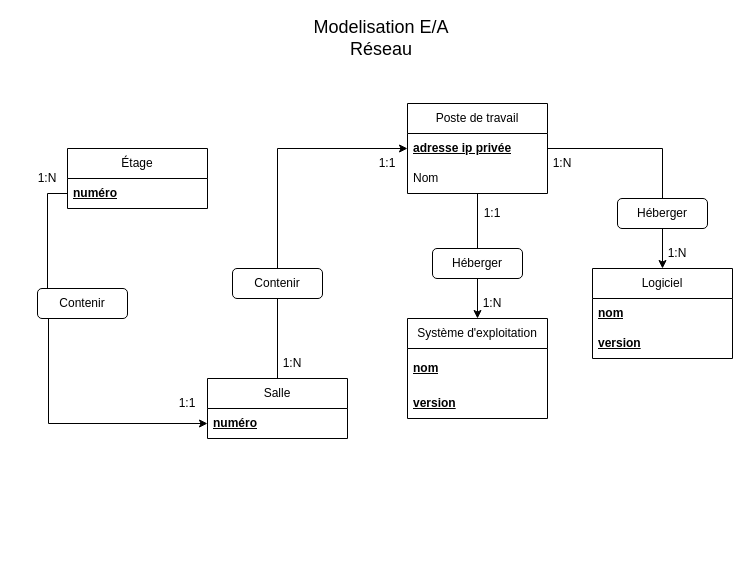
Before: TP-2-Modélisation et manipulation des données sous MySQL/Diagramme sans nom.drawio in florian-alb/administration-bdd-2025, a draw.io diagram. Source tidied: cells renumbered, new cells numbered last; positions are measured from the earlier drawing's top-left corner, leaving out a move shared by most shapes. Both pictures are drawn from the tidied source at 100%, with x=0, y=0 at pixel (17, 23).
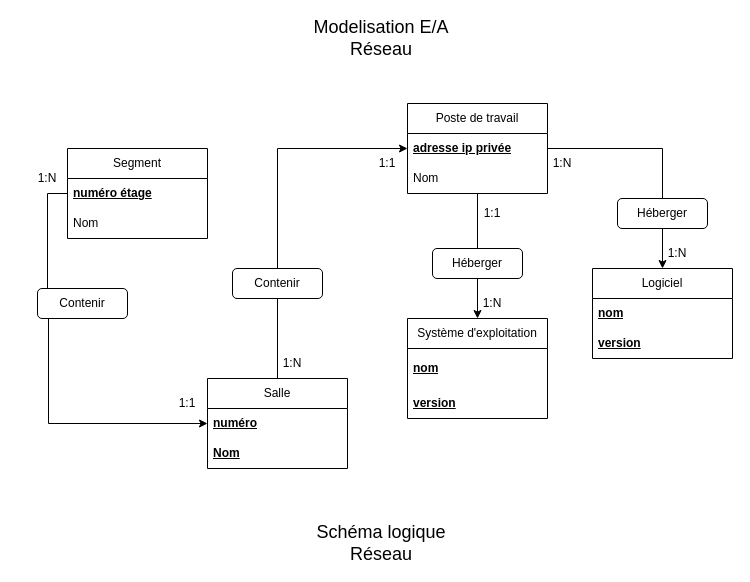
Above is the later version.

Commit message (it also covers changes not shown here):
Mettre à jour Diagramme sans nom.drawio

Diff of the diagram source:
```diff
@@
-    <mxCell id="2" value="Étage" style="swimlane;fontStyle=0;horizontal=1;startSize=30;whiteSpace=wrap;html=1;" parent="1" vertex="1">
-      <mxGeometry x="50" y="125" width="140" height="60" as="geometry" />
+    <mxCell id="2" value="Segment" style="swimlane;fontStyle=0;horizontal=1;startSize=30;whiteSpace=wrap;html=1;" parent="1" vertex="1">
+      <mxGeometry x="50" y="125" width="140" height="90" as="geometry" />
     </mxCell>
-    <mxCell id="3" value="&lt;b&gt;&lt;u&gt;numéro&lt;/u&gt;&lt;/b&gt;" style="text;strokeColor=none;fillColor=none;align=left;verticalAlign=middle;spacingLeft=4;spacingRight=4;overflow=hidden;points=[[0,0.5],[1,0.5]];portConstraint=eastwest;whiteSpace=wrap;html=1;" parent="2" vertex="1">
+    <mxCell id="3" value="&lt;b&gt;&lt;u&gt;numéro étage&lt;/u&gt;&lt;/b&gt;" style="text;strokeColor=none;fillColor=none;align=left;verticalAlign=middle;spacingLeft=4;spacingRight=4;overflow=hidden;points=[[0,0.5],[1,0.5]];portConstraint=eastwest;whiteSpace=wrap;html=1;" parent="2" vertex="1">
       <mxGeometry y="30" width="140" height="30" as="geometry" />
     </mxCell>
+    <mxCell id="32" value="Nom" style="text;strokeColor=none;fillColor=none;align=left;verticalAlign=middle;spacingLeft=4;spacingRight=4;overflow=hidden;whiteSpace=wrap;html=1;" parent="2" vertex="1">
+      <mxGeometry y="60" width="140" height="30" as="geometry" />
+    </mxCell>
@@
     <mxCell id="15" value="Salle" style="swimlane;fontStyle=0;horizontal=1;startSize=30;whiteSpace=wrap;html=1;" parent="1" vertex="1">
-      <mxGeometry x="190" y="355" width="140" height="60" as="geometry" />
+      <mxGeometry x="190" y="355" width="140" height="90" as="geometry" />
     </mxCell>
@@
+    <mxCell id="33" value="&lt;b&gt;&lt;u&gt;Nom&lt;/u&gt;&lt;/b&gt;" style="text;strokeColor=none;fillColor=none;align=left;verticalAlign=middle;spacingLeft=4;spacingRight=4;overflow=hidden;whiteSpace=wrap;html=1;" parent="15" vertex="1">
+      <mxGeometry y="60" width="140" height="30" as="geometry" />
+    </mxCell>
@@
+    <mxCell id="34" value="&lt;font style=&quot;font-size: 18px;&quot;&gt;Schéma logique Réseau&lt;/font&gt;" style="text;html=1;align=center;verticalAlign=middle;whiteSpace=wrap;rounded=0;" parent="1" vertex="1">
+      <mxGeometry x="294" y="505" width="140" height="30" as="geometry" />
+    </mxCell>
```
